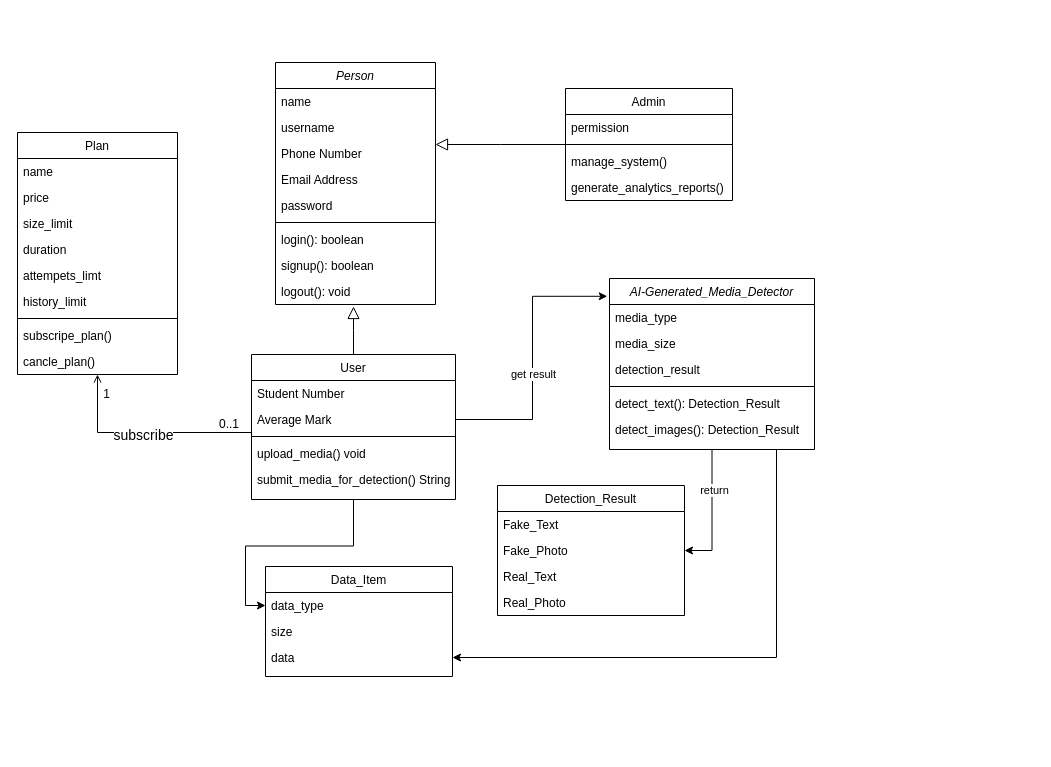
Above: Tasks/Rawan/class diagram.drawio in romanyn36/Catch-The-AI (draw.io), before the change. Source tidied: cells renumbered, new cells numbered last; positions are measured from the earlier drawing's top-left corner, leaving out a move shared by most shapes. Both pictures are drawn from the tidied source at 100%, with x=0, y=0 at pixel (17, 62).
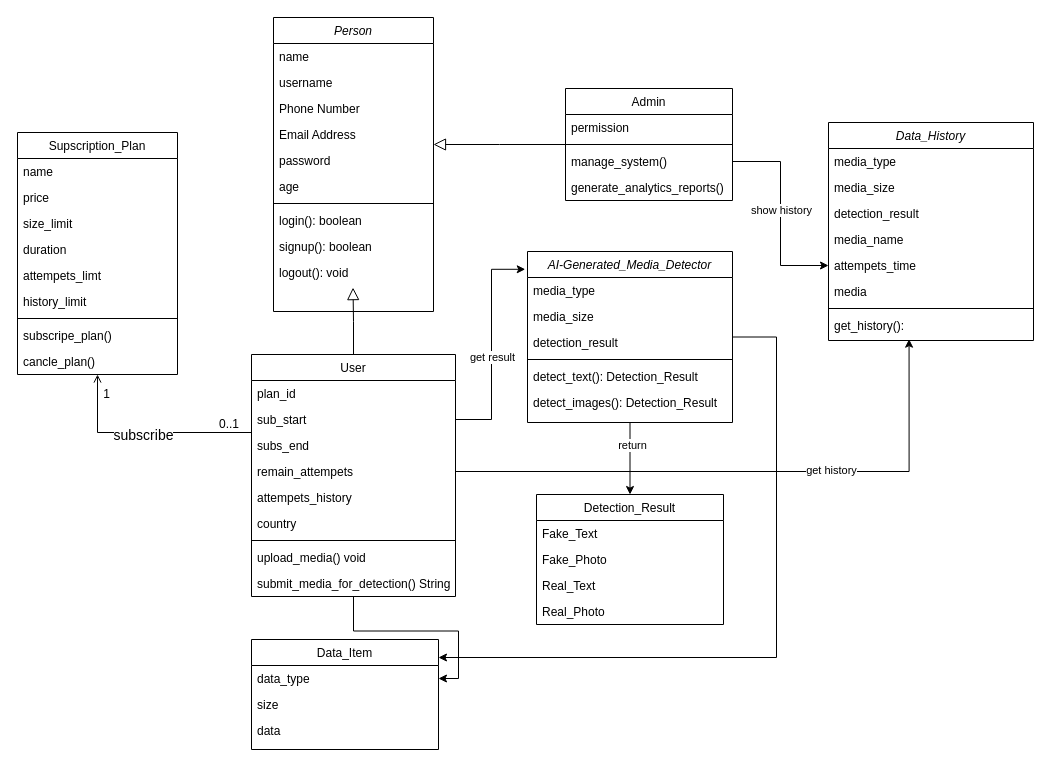
The same page after the edit.

Unchanged cells that the change refers to:
```xml
<mxCell id="23" value="manage_system()" style="text;align=left;verticalAlign=top;spacingLeft=4;spacingRight=4;overflow=hidden;points=[[0,0.5],[1,0.5]];portConstraint=eastwest;" parent="20" vertex="1">
  <mxGeometry y="60" width="167" height="26" as="geometry" />
</mxCell>
<mxCell id="52" value="Fake_Photo" style="text;align=left;verticalAlign=top;spacingLeft=4;spacingRight=4;overflow=hidden;points=[[0,0.5],[1,0.5]];portConstraint=eastwest;" parent="50" vertex="1">
  <mxGeometry y="52" width="187" height="26" as="geometry" />
</mxCell>
```

The edit, as a diff of the source:
```diff
@@
     <mxCell id="2" value="Person" style="swimlane;fontStyle=2;align=center;verticalAlign=top;horizontal=1;startSize=26;rounded=0;shadow=0;strokeWidth=1;" parent="1" vertex="1">
-      <mxGeometry x="258" width="160" height="242" as="geometry" />
+      <mxGeometry x="256" y="-45" width="160" height="294" as="geometry" />
     </mxCell>
@@
+    <mxCell id="61" value="age" style="text;align=left;verticalAlign=top;spacingLeft=4;spacingRight=4;overflow=hidden;rounded=0;shadow=0;html=0;" parent="2" vertex="1">
+      <mxGeometry y="156" width="160" height="26" as="geometry" />
+    </mxCell>
     <mxCell id="8" style="line;html=1;strokeWidth=1;align=left;verticalAlign=middle;spacingTop=-1;spacingLeft=3;spacingRight=3;labelPosition=right;" parent="2" vertex="1">
-      <mxGeometry y="156" width="160" height="8" as="geometry" />
+      <mxGeometry y="182" width="160" height="8" as="geometry" />
     </mxCell>
     <mxCell id="9" value="login(): boolean&#10; " style="text;align=left;verticalAlign=top;spacingLeft=4;spacingRight=4;overflow=hidden;" parent="2" vertex="1">
-      <mxGeometry y="164" width="160" height="26" as="geometry" />
+      <mxGeometry y="190" width="160" height="26" as="geometry" />
     </mxCell>
     <mxCell id="10" value="signup(): boolean" style="text;align=left;verticalAlign=top;spacingLeft=4;spacingRight=4;overflow=hidden;" parent="2" vertex="1">
-      <mxGeometry y="190" width="160" height="26" as="geometry" />
+      <mxGeometry y="216" width="160" height="26" as="geometry" />
     </mxCell>
     <mxCell id="11" value="logout(): void" style="text;align=left;verticalAlign=top;spacingLeft=4;spacingRight=4;overflow=hidden;points=[[0,0.5],[1,0.5]];portConstraint=eastwest;" parent="2" vertex="1">
-      <mxGeometry y="216" width="160" height="26" as="geometry" />
+      <mxGeometry y="242" width="160" height="26" as="geometry" />
     </mxCell>
@@
     <mxCell id="13" value="User" style="swimlane;fontStyle=0;align=center;verticalAlign=top;horizontal=1;startSize=26;rounded=0;shadow=0;strokeWidth=1;" parent="1" vertex="1">
-      <mxGeometry x="234" y="292" width="204" height="145" as="geometry" />
+      <mxGeometry x="234" y="292" width="204" height="242" as="geometry" />
     </mxCell>
-    <mxCell id="14" value="Student Number" style="text;align=left;verticalAlign=top;spacingLeft=4;spacingRight=4;overflow=hidden;" parent="13" vertex="1">
+    <mxCell id="14" value="plan_id" style="text;align=left;verticalAlign=top;spacingLeft=4;spacingRight=4;overflow=hidden;" parent="13" vertex="1">
       <mxGeometry y="26" width="204" height="26" as="geometry" />
     </mxCell>
-    <mxCell id="15" value="Average Mark" style="text;align=left;verticalAlign=top;spacingLeft=4;spacingRight=4;overflow=hidden;points=[[0,0.5],[1,0.5]];portConstraint=eastwest;rounded=0;shadow=0;html=0;" parent="13" vertex="1">
+    <mxCell id="15" value="sub_start" style="text;align=left;verticalAlign=top;spacingLeft=4;spacingRight=4;overflow=hidden;points=[[0,0.5],[1,0.5]];portConstraint=eastwest;rounded=0;shadow=0;html=0;" parent="13" vertex="1">
       <mxGeometry y="52" width="204" height="26" as="geometry" />
     </mxCell>
+    <mxCell id="62" value="subs_end" style="text;align=left;verticalAlign=top;spacingLeft=4;spacingRight=4;overflow=hidden;" parent="13" vertex="1">
+      <mxGeometry y="78" width="204" height="26" as="geometry" />
+    </mxCell>
+    <mxCell id="63" value="remain_attempets" style="text;align=left;verticalAlign=top;spacingLeft=4;spacingRight=4;overflow=hidden;points=[[0,0.5],[1,0.5]];portConstraint=eastwest;" parent="13" vertex="1">
+      <mxGeometry y="104" width="204" height="26" as="geometry" />
+    </mxCell>
+    <mxCell id="64" value="attempets_history" style="text;align=left;verticalAlign=top;spacingLeft=4;spacingRight=4;overflow=hidden;" parent="13" vertex="1">
+      <mxGeometry y="130" width="204" height="26" as="geometry" />
+    </mxCell>
+    <mxCell id="65" value="country" style="text;align=left;verticalAlign=top;spacingLeft=4;spacingRight=4;overflow=hidden;rounded=0;shadow=0;html=0;" parent="13" vertex="1">
+      <mxGeometry y="156" width="204" height="26" as="geometry" />
+    </mxCell>
     <mxCell id="16" style="line;html=1;strokeWidth=1;align=left;verticalAlign=middle;spacingTop=-1;spacingLeft=3;spacingRight=3;labelPosition=right;" parent="13" vertex="1">
-      <mxGeometry y="78" width="204" height="8" as="geometry" />
+      <mxGeometry y="182" width="204" height="8" as="geometry" />
     </mxCell>
     <mxCell id="17" value="upload_media() void" style="text;align=left;verticalAlign=top;spacingLeft=4;spacingRight=4;overflow=hidden;fontStyle=0;" parent="13" vertex="1">
-      <mxGeometry y="86" width="204" height="26" as="geometry" />
+      <mxGeometry y="190" width="204" height="26" as="geometry" />
     </mxCell>
     <mxCell id="18" value="submit_media_for_detection() String" style="text;align=left;verticalAlign=top;spacingLeft=4;spacingRight=4;overflow=hidden;" parent="13" vertex="1">
-      <mxGeometry y="112" width="204" height="26" as="geometry" />
+      <mxGeometry y="216" width="204" height="26" as="geometry" />
     </mxCell>
-    <mxCell id="19" style="endArrow=block;endSize=10;endFill=0;shadow=0;strokeWidth=1;rounded=0;edgeStyle=elbowEdgeStyle;elbow=vertical;" parent="1" edge="1" source="13">
-      <mxGeometry relative="1" as="geometry">
-        <mxPoint x="336" y="244" as="targetPoint" />
-      </mxGeometry>
+    <mxCell id="19" style="endArrow=block;endSize=10;endFill=0;shadow=0;strokeWidth=1;rounded=0;edgeStyle=elbowEdgeStyle;elbow=vertical;entryX=0.497;entryY=1.081;entryDx=0;entryDy=0;entryPerimeter=0;" parent="1" edge="1" source="13" target="11">
+      <mxGeometry relative="1" as="geometry" />
     </mxCell>
@@
-    <mxCell id="26" value="Plan" style="swimlane;fontStyle=0;align=center;verticalAlign=top;horizontal=1;startSize=26;rounded=0;shadow=0;strokeWidth=1;" parent="1" vertex="1">
+    <mxCell id="26" value="Supscription_Plan" style="swimlane;fontStyle=0;align=center;verticalAlign=top;horizontal=1;startSize=26;rounded=0;shadow=0;strokeWidth=1;" parent="1" vertex="1">
       <mxGeometry y="70" width="160" height="242" as="geometry" />
     </mxCell>
@@
-    <mxCell id="40" style="edgeStyle=orthogonalEdgeStyle;rounded=0;jettySize=auto;html=1;" parent="1" edge="1" source="43" target="52">
+    <mxCell id="40" style="edgeStyle=orthogonalEdgeStyle;rounded=0;jettySize=auto;html=1;" parent="1" edge="1" source="43" target="50">
       <mxGeometry relative="1" as="geometry" />
     </mxCell>
@@
     <mxCell id="43" value="AI-Generated_Media_Detector" style="swimlane;fontStyle=2;align=center;verticalAlign=top;horizontal=1;startSize=26;rounded=0;shadow=0;strokeWidth=1;" parent="1" vertex="1">
-      <mxGeometry x="592" y="216" width="205" height="171" as="geometry" />
+      <mxGeometry x="510" y="189" width="205" height="171" as="geometry" />
     </mxCell>
@@
     <mxCell id="50" value="Detection_Result" style="swimlane;fontStyle=0;align=center;verticalAlign=top;horizontal=1;startSize=26;rounded=0;shadow=0;strokeWidth=1;" parent="1" vertex="1">
-      <mxGeometry x="480" y="423" width="187" height="130" as="geometry" />
+      <mxGeometry x="519" y="432" width="187" height="130" as="geometry" />
     </mxCell>
@@
     <mxCell id="57" value="Data_Item" style="swimlane;fontStyle=0;align=center;verticalAlign=top;horizontal=1;startSize=26;rounded=0;shadow=0;strokeWidth=1;" parent="1" vertex="1">
-      <mxGeometry x="248" y="504" width="187" height="110" as="geometry" />
+      <mxGeometry x="234" y="577" width="187" height="110" as="geometry" />
     </mxCell>
@@
+    <mxCell id="66" value="Data_History" style="swimlane;fontStyle=2;align=center;verticalAlign=top;horizontal=1;startSize=26;rounded=0;shadow=0;strokeWidth=1;" parent="1" vertex="1">
+      <mxGeometry x="811" y="60" width="205" height="218" as="geometry" />
+    </mxCell>
+    <mxCell id="67" value="media_type" style="text;align=left;verticalAlign=top;spacingLeft=4;spacingRight=4;overflow=hidden;" parent="66" vertex="1">
+      <mxGeometry y="26" width="205" height="26" as="geometry" />
+    </mxCell>
+    <mxCell id="68" value="media_size" style="text;align=left;verticalAlign=top;spacingLeft=4;spacingRight=4;overflow=hidden;rounded=0;shadow=0;html=0;" parent="66" vertex="1">
+      <mxGeometry y="52" width="205" height="26" as="geometry" />
+    </mxCell>
+    <mxCell id="69" value="detection_result" style="text;align=left;verticalAlign=top;spacingLeft=4;spacingRight=4;overflow=hidden;rounded=0;shadow=0;html=0;" parent="66" vertex="1">
+      <mxGeometry y="78" width="205" height="26" as="geometry" />
+    </mxCell>
+    <mxCell id="70" value="media_name" style="text;align=left;verticalAlign=top;spacingLeft=4;spacingRight=4;overflow=hidden;rounded=0;shadow=0;html=0;" parent="66" vertex="1">
+      <mxGeometry y="104" width="205" height="26" as="geometry" />
+    </mxCell>
+    <mxCell id="71" value="attempets_time" style="text;align=left;verticalAlign=top;spacingLeft=4;spacingRight=4;overflow=hidden;points=[[0,0.5],[1,0.5]];portConstraint=eastwest;rounded=0;shadow=0;html=0;" parent="66" vertex="1">
+      <mxGeometry y="130" width="205" height="26" as="geometry" />
+    </mxCell>
+    <mxCell id="72" value="media" style="text;align=left;verticalAlign=top;spacingLeft=4;spacingRight=4;overflow=hidden;rounded=0;shadow=0;html=0;" parent="66" vertex="1">
+      <mxGeometry y="156" width="205" height="26" as="geometry" />
+    </mxCell>
+    <mxCell id="73" style="line;html=1;strokeWidth=1;align=left;verticalAlign=middle;spacingTop=-1;spacingLeft=3;spacingRight=3;labelPosition=right;" parent="66" vertex="1">
+      <mxGeometry y="182" width="205" height="8" as="geometry" />
+    </mxCell>
+    <mxCell id="74" value="get_history(): " style="text;align=left;verticalAlign=top;spacingLeft=4;spacingRight=4;overflow=hidden;points=[[0,0.5],[1,0.5]];portConstraint=eastwest;" parent="66" vertex="1">
+      <mxGeometry y="190" width="205" height="26" as="geometry" />
+    </mxCell>
+    <mxCell id="75" style="edgeStyle=orthogonalEdgeStyle;rounded=0;jettySize=auto;html=1;entryX=0;entryY=0.5;entryDx=0;entryDy=0;" parent="1" edge="1" source="23" target="71">
+      <mxGeometry relative="1" as="geometry" />
+    </mxCell>
+    <mxCell id="76" value="show history" style="edgeLabel;html=1;align=center;verticalAlign=middle;" parent="75" vertex="1">
+      <mxGeometry x="-0.04" relative="1" as="geometry" />
+    </mxCell>
+    <mxCell id="77" style="edgeStyle=orthogonalEdgeStyle;rounded=0;jettySize=auto;html=1;entryX=0.393;entryY=1.026;entryDx=0;entryDy=0;entryPerimeter=0;" parent="1" edge="1" source="63" target="74">
+      <mxGeometry relative="1" as="geometry" />
+    </mxCell>
+    <mxCell id="78" value="get history" style="edgeLabel;html=1;align=center;verticalAlign=middle;" parent="77" vertex="1">
+      <mxGeometry x="0.28" y="2" relative="1" as="geometry" />
+    </mxCell>
```
